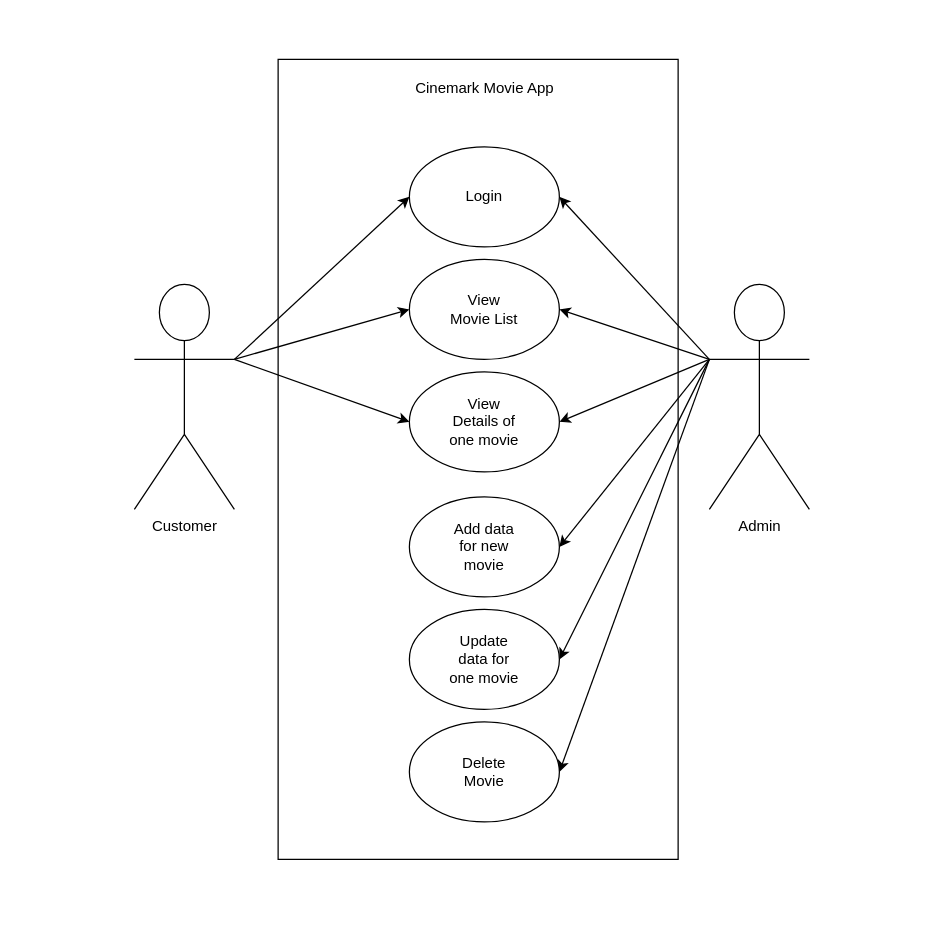
Before: page "Case Model for Movie App" (1 of 2) of HW 1 Use Case Movie App.drawio in Vicapone/Web-Based-Applications, a draw.io diagram. Source tidied: cells renumbered, new cells numbered last; positions are measured from the earlier drawing's top-left corner, leaving out a move shared by most shapes. Both pictures are drawn from the tidied source at 125%, with x=0, y=0 at pixel (134, 59).
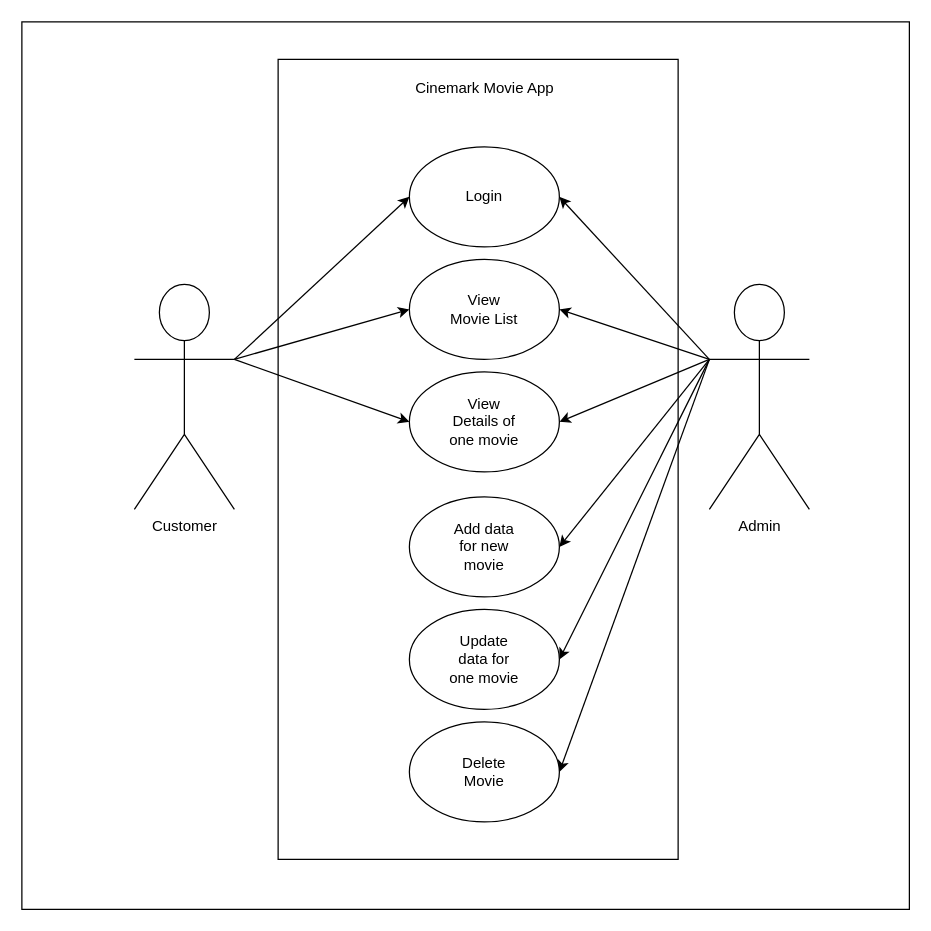
The same diagram, later.

The edit, as a diff of the source:
```diff
@@
+    <mxCell id="27" style="whiteSpace=wrap;html=1;" parent="1" vertex="1">
+      <mxGeometry x="-90" y="-30" width="710" height="710" as="geometry" />
+    </mxCell>
```
